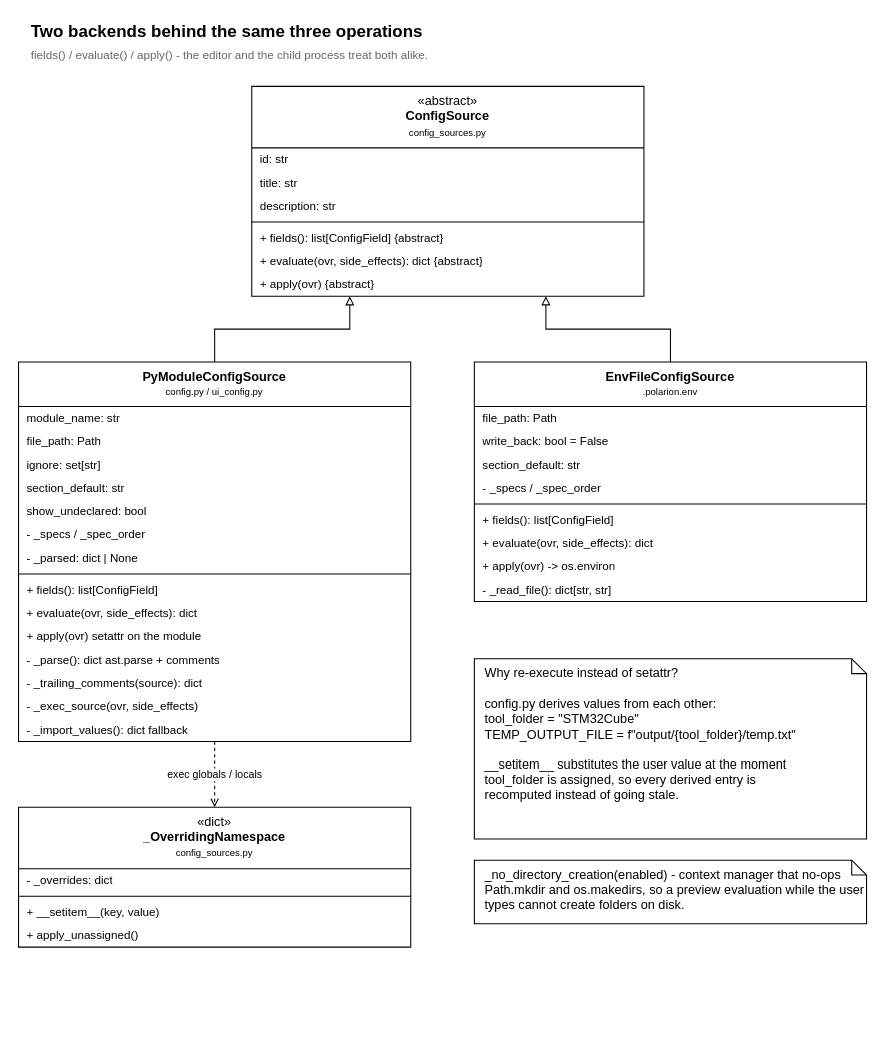
Earlier version of the draw.io diagram page "2 - ConfigSource family" (2 of 6) of ClassDiagram/LauncherCore.drawio (kaw-7/ai-assistant). Source tidied: cells renumbered, new cells numbered last; positions are measured from the earlier drawing's top-left corner, leaving out a move shared by most shapes. Both pictures are drawn from the tidied source at 106%, with x=0, y=0 at pixel (18, 18).
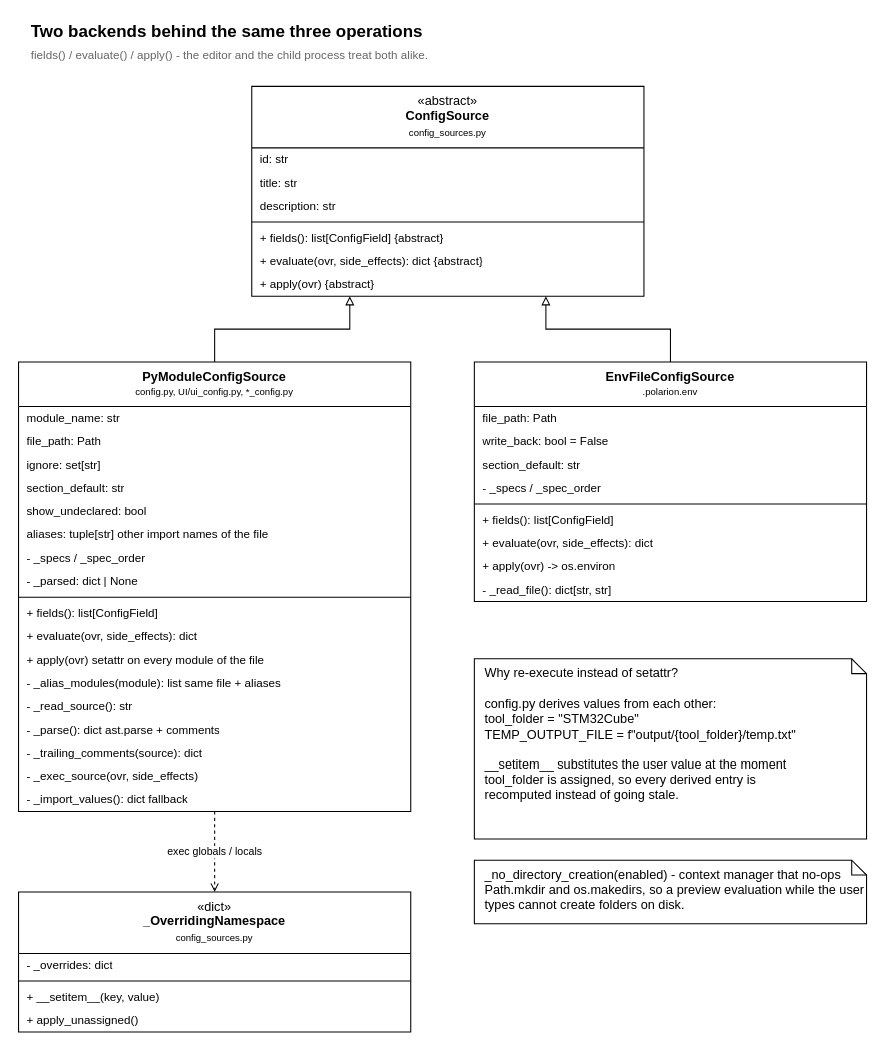
Above is the later version.

Change to the diagram source:
```diff
@@
-    <mxCell id="12" value="&lt;b&gt;PyModuleConfigSource&lt;/b&gt;&lt;br&gt;&lt;font style=&quot;font-size:9px&quot;&gt;config.py / ui_config.py&lt;/font&gt;" style="swimlane;fontStyle=0;horizontal=1;startSize=42;html=1;whiteSpace=wrap;verticalAlign=top;align=center;strokeWidth=1;" parent="1" vertex="1">
-      <mxGeometry y="324" width="370" height="358" as="geometry" />
+    <mxCell id="12" value="&lt;b&gt;PyModuleConfigSource&lt;/b&gt;&lt;br&gt;&lt;font style=&quot;font-size:9px&quot;&gt;config.py, UI/ui_config.py, *_config.py&lt;/font&gt;" style="swimlane;fontStyle=0;horizontal=1;startSize=42;html=1;whiteSpace=wrap;verticalAlign=top;align=center;strokeWidth=1;" parent="1" vertex="1">
+      <mxGeometry y="324" width="370" height="424" as="geometry" />
     </mxCell>
@@
-    <mxCell id="18" value="- _specs / _spec_order" style="text;strokeColor=none;fillColor=none;align=left;verticalAlign=middle;spacingLeft=6;spacingRight=6;overflow=hidden;whiteSpace=wrap;html=1;fontSize=11;" parent="12" vertex="1">
+    <mxCell id="18" value="aliases: tuple[str]   other import names of the file" style="text;strokeColor=none;fillColor=none;align=left;verticalAlign=middle;spacingLeft=6;spacingRight=6;overflow=hidden;whiteSpace=wrap;html=1;fontSize=11;" parent="12" vertex="1">
       <mxGeometry y="152" width="370" height="22" as="geometry" />
     </mxCell>
-    <mxCell id="19" value="- _parsed: dict | None" style="text;strokeColor=none;fillColor=none;align=left;verticalAlign=middle;spacingLeft=6;spacingRight=6;overflow=hidden;whiteSpace=wrap;html=1;fontSize=11;" parent="12" vertex="1">
+    <mxCell id="19" value="- _specs / _spec_order" style="text;strokeColor=none;fillColor=none;align=left;verticalAlign=middle;spacingLeft=6;spacingRight=6;overflow=hidden;whiteSpace=wrap;html=1;fontSize=11;" parent="12" vertex="1">
       <mxGeometry y="174" width="370" height="22" as="geometry" />
     </mxCell>
+    <mxCell id="48" value="- _parsed: dict | None" style="text;strokeColor=none;fillColor=none;align=left;verticalAlign=middle;spacingLeft=6;spacingRight=6;overflow=hidden;whiteSpace=wrap;html=1;fontSize=11;" parent="12" vertex="1">
+      <mxGeometry y="196" width="370" height="22" as="geometry" />
+    </mxCell>
     <mxCell id="20" style="line;strokeWidth=1;fillColor=none;align=left;verticalAlign=middle;spacingTop=-1;spacingLeft=3;spacingRight=3;labelPosition=right;strokeColor=inherit;" parent="12" vertex="1">
-      <mxGeometry y="196" width="370" height="8" as="geometry" />
+      <mxGeometry y="218" width="370" height="8" as="geometry" />
     </mxCell>
     <mxCell id="21" value="+ fields(): list[ConfigField]" style="text;strokeColor=none;fillColor=none;align=left;verticalAlign=middle;spacingLeft=6;spacingRight=6;overflow=hidden;whiteSpace=wrap;html=1;fontSize=11;" parent="12" vertex="1">
-      <mxGeometry y="204" width="370" height="22" as="geometry" />
+      <mxGeometry y="226" width="370" height="22" as="geometry" />
     </mxCell>
     <mxCell id="22" value="+ evaluate(ovr, side_effects): dict" style="text;strokeColor=none;fillColor=none;align=left;verticalAlign=middle;spacingLeft=6;spacingRight=6;overflow=hidden;whiteSpace=wrap;html=1;fontSize=11;" parent="12" vertex="1">
-      <mxGeometry y="226" width="370" height="22" as="geometry" />
+      <mxGeometry y="248" width="370" height="22" as="geometry" />
     </mxCell>
-    <mxCell id="23" value="+ apply(ovr)   setattr on the module" style="text;strokeColor=none;fillColor=none;align=left;verticalAlign=middle;spacingLeft=6;spacingRight=6;overflow=hidden;whiteSpace=wrap;html=1;fontSize=11;" parent="12" vertex="1">
-      <mxGeometry y="248" width="370" height="22" as="geometry" />
+    <mxCell id="23" value="+ apply(ovr)   setattr on every module of the file" style="text;strokeColor=none;fillColor=none;align=left;verticalAlign=middle;spacingLeft=6;spacingRight=6;overflow=hidden;whiteSpace=wrap;html=1;fontSize=11;" parent="12" vertex="1">
+      <mxGeometry y="270" width="370" height="22" as="geometry" />
     </mxCell>
-    <mxCell id="24" value="- _parse(): dict   ast.parse + comments" style="text;strokeColor=none;fillColor=none;align=left;verticalAlign=middle;spacingLeft=6;spacingRight=6;overflow=hidden;whiteSpace=wrap;html=1;fontSize=11;" parent="12" vertex="1">
-      <mxGeometry y="270" width="370" height="22" as="geometry" />
+    <mxCell id="24" value="- _alias_modules(module): list   same file + aliases" style="text;strokeColor=none;fillColor=none;align=left;verticalAlign=middle;spacingLeft=6;spacingRight=6;overflow=hidden;whiteSpace=wrap;html=1;fontSize=11;" parent="12" vertex="1">
+      <mxGeometry y="292" width="370" height="22" as="geometry" />
     </mxCell>
-    <mxCell id="25" value="- _trailing_comments(source): dict" style="text;strokeColor=none;fillColor=none;align=left;verticalAlign=middle;spacingLeft=6;spacingRight=6;overflow=hidden;whiteSpace=wrap;html=1;fontSize=11;" parent="12" vertex="1">
-      <mxGeometry y="292" width="370" height="22" as="geometry" />
+    <mxCell id="25" value="- _read_source(): str" style="text;strokeColor=none;fillColor=none;align=left;verticalAlign=middle;spacingLeft=6;spacingRight=6;overflow=hidden;whiteSpace=wrap;html=1;fontSize=11;" parent="12" vertex="1">
+      <mxGeometry y="314" width="370" height="22" as="geometry" />
     </mxCell>
-    <mxCell id="26" value="- _exec_source(ovr, side_effects)" style="text;strokeColor=none;fillColor=none;align=left;verticalAlign=middle;spacingLeft=6;spacingRight=6;overflow=hidden;whiteSpace=wrap;html=1;fontSize=11;" parent="12" vertex="1">
-      <mxGeometry y="314" width="370" height="22" as="geometry" />
+    <mxCell id="26" value="- _parse(): dict   ast.parse + comments" style="text;strokeColor=none;fillColor=none;align=left;verticalAlign=middle;spacingLeft=6;spacingRight=6;overflow=hidden;whiteSpace=wrap;html=1;fontSize=11;" parent="12" vertex="1">
+      <mxGeometry y="336" width="370" height="22" as="geometry" />
     </mxCell>
-    <mxCell id="27" value="- _import_values(): dict   fallback" style="text;strokeColor=none;fillColor=none;align=left;verticalAlign=middle;spacingLeft=6;spacingRight=6;overflow=hidden;whiteSpace=wrap;html=1;fontSize=11;" parent="12" vertex="1">
-      <mxGeometry y="336" width="370" height="22" as="geometry" />
+    <mxCell id="27" value="- _trailing_comments(source): dict" style="text;strokeColor=none;fillColor=none;align=left;verticalAlign=middle;spacingLeft=6;spacingRight=6;overflow=hidden;whiteSpace=wrap;html=1;fontSize=11;" parent="12" vertex="1">
+      <mxGeometry y="358" width="370" height="22" as="geometry" />
     </mxCell>
+    <mxCell id="49" value="- _exec_source(ovr, side_effects)" style="text;strokeColor=none;fillColor=none;align=left;verticalAlign=middle;spacingLeft=6;spacingRight=6;overflow=hidden;whiteSpace=wrap;html=1;fontSize=11;" parent="12" vertex="1">
+      <mxGeometry y="380" width="370" height="22" as="geometry" />
+    </mxCell>
+    <mxCell id="50" value="- _import_values(): dict   fallback" style="text;strokeColor=none;fillColor=none;align=left;verticalAlign=middle;spacingLeft=6;spacingRight=6;overflow=hidden;whiteSpace=wrap;html=1;fontSize=11;" parent="12" vertex="1">
+      <mxGeometry y="402" width="370" height="22" as="geometry" />
+    </mxCell>
@@
     <mxCell id="38" value="&amp;laquo;dict&amp;raquo;&lt;br&gt;&lt;b&gt;_OverridingNamespace&lt;/b&gt;&lt;br&gt;&lt;font style=&quot;font-size:9px&quot;&gt;config_sources.py&lt;/font&gt;" style="swimlane;fontStyle=0;horizontal=1;startSize=58;html=1;whiteSpace=wrap;verticalAlign=top;align=center;strokeWidth=1;" parent="1" vertex="1">
-      <mxGeometry y="744" width="370" height="132" as="geometry" />
+      <mxGeometry y="824" width="370" height="132" as="geometry" />
     </mxCell>
```
